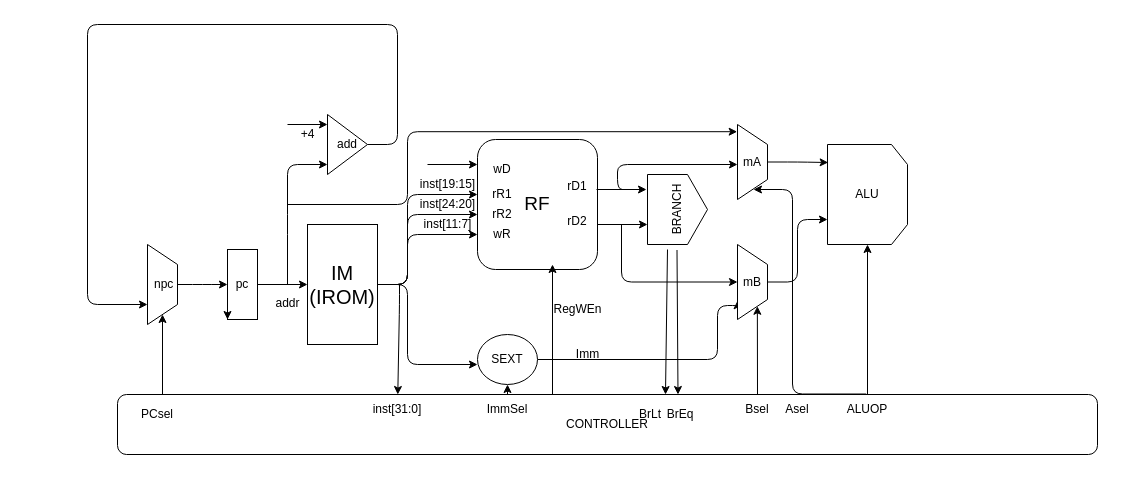
Above: cu/cpu1/ID.drawio in Wu-Fisher/cs_riscv_exp (draw.io), before the change. Source tidied: cells renumbered, new cells numbered last; positions are measured from the earlier drawing's top-left corner, leaving out a move shared by most shapes. Both pictures are drawn from the tidied source at 100%, with x=0, y=0 at pixel (87, 24).
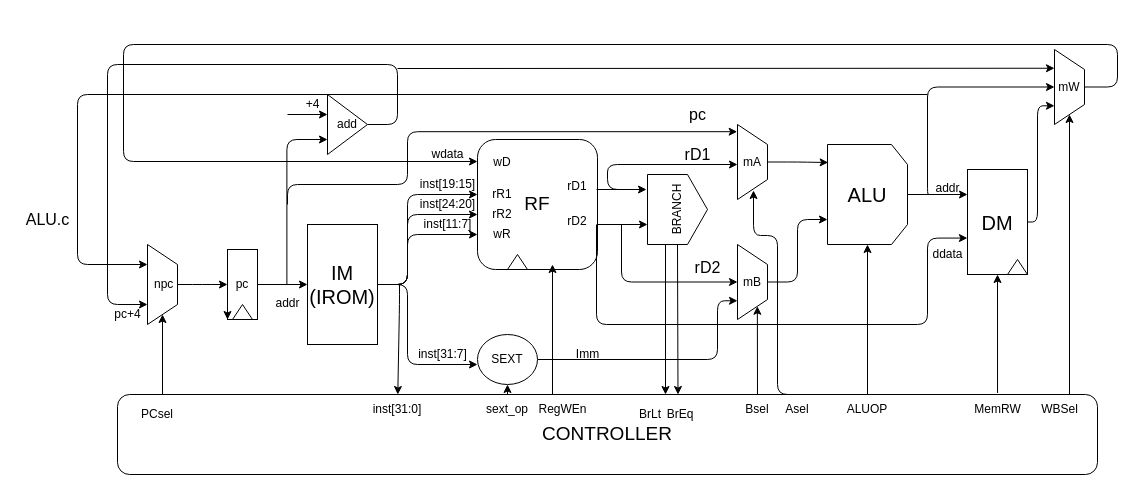
After the change.

Unchanged cells that the change refers to:
```xml
<mxCell id="9" value="&lt;span style=&quot;font-size: 12px&quot;&gt;addr&lt;/span&gt;" style="text;html=1;align=center;verticalAlign=middle;points=[];strokeColor=none;fillColor=none;fontSize=20;" parent="1" vertex="1">
  <mxGeometry x="180" y="260" width="40" height="30" as="geometry" />
</mxCell>
<mxCell id="22" value="SEXT" style="ellipse;whiteSpace=wrap;html=1;fontSize=12;" parent="1" vertex="1">
  <mxGeometry x="390" y="310" width="60" height="50" as="geometry" />
</mxCell>
<mxCell id="37" value="BRANCH" style="shape=offPageConnector;whiteSpace=wrap;html=1;fontSize=12;rotation=-90;size=0.3333333333333333;" parent="1" vertex="1">
  <mxGeometry x="555" y="155" width="70" height="60" as="geometry" />
</mxCell>
<mxCell id="48" value="mB" style="shape=trapezoid;perimeter=trapezoidPerimeter;whiteSpace=wrap;html=1;fixedSize=1;fontSize=12;direction=south;" parent="1" vertex="1">
  <mxGeometry x="650" y="220" width="30" height="75" as="geometry" />
</mxCell>
<mxCell id="50" value="&amp;nbsp;npc" style="shape=trapezoid;perimeter=trapezoidPerimeter;whiteSpace=wrap;html=1;fixedSize=1;fontSize=12;direction=south;" parent="1" vertex="1">
  <mxGeometry x="60" y="220" width="30" height="80" as="geometry" />
</mxCell>
<mxCell id="52" value="mA" style="shape=trapezoid;perimeter=trapezoidPerimeter;whiteSpace=wrap;html=1;fixedSize=1;fontSize=12;direction=south;" parent="1" vertex="1">
  <mxGeometry x="650" y="100" width="30" height="75" as="geometry" />
</mxCell>
<mxCell id="57" value="Asel" style="text;html=1;strokeColor=none;fillColor=none;align=center;verticalAlign=middle;whiteSpace=wrap;rounded=0;fontSize=12;" parent="1" vertex="1">
  <mxGeometry x="680" y="370" width="60" height="30" as="geometry" />
</mxCell>
```

What changed in the source:
```diff
@@
-    <mxCell id="10" value="CONTROLLER" style="rounded=1;whiteSpace=wrap;html=1;fontSize=12;" parent="1" vertex="1">
-      <mxGeometry x="30" y="370" width="980" height="60" as="geometry" />
+    <mxCell id="10" value="&lt;font style=&quot;font-size: 19px&quot;&gt;CONTROLLER&lt;/font&gt;" style="rounded=1;whiteSpace=wrap;html=1;fontSize=12;" parent="1" vertex="1">
+      <mxGeometry x="30" y="370" width="980" height="80" as="geometry" />
     </mxCell>
@@
-    <mxCell id="13" style="endArrow=classic;html=1;fontSize=12;edgeStyle=orthogonalEdgeStyle;" parent="1" edge="1">
-      <mxGeometry relative="1" as="geometry">
-        <mxPoint x="200" y="260" as="sourcePoint" />
-        <mxPoint x="240" y="140" as="targetPoint" />
-        <Array as="points">
-          <mxPoint x="200" y="200" />
-          <mxPoint x="200" y="200" />
-        </Array>
-      </mxGeometry>
+    <mxCell id="13" style="endArrow=classic;html=1;fontSize=12;edgeStyle=orthogonalEdgeStyle;exitX=0.485;exitY=0;exitDx=0;exitDy=0;exitPerimeter=0;entryX=0;entryY=0.75;entryDx=0;entryDy=0;" parent="1" edge="1" source="9" target="15">
+      <mxGeometry relative="1" as="geometry" />
     </mxCell>
-    <mxCell id="14" style="edgeStyle=orthogonalEdgeStyle;html=1;fontSize=12;entryX=0.75;entryY=1;entryDx=0;entryDy=0;" parent="1" edge="1" source="15" target="50">
+    <mxCell id="14" style="edgeStyle=orthogonalEdgeStyle;html=1;fontSize=12;entryX=0.75;entryY=1;entryDx=0;entryDy=0;exitX=1;exitY=0.5;exitDx=0;exitDy=0;" parent="1" edge="1" source="15" target="50">
       <mxGeometry relative="1" as="geometry">
         <Array as="points">
-          <mxPoint x="310" y="120" />
-          <mxPoint x="310" />
-          <mxPoint />
-          <mxPoint y="280" />
+          <mxPoint x="310" y="100" />
+          <mxPoint x="310" y="40" />
+          <mxPoint x="20" y="40" />
+          <mxPoint x="20" y="280" />
         </Array>
       </mxGeometry>
     </mxCell>
     <mxCell id="15" value="add" style="triangle;whiteSpace=wrap;html=1;fontSize=12;" parent="1" vertex="1">
-      <mxGeometry x="240" y="90" width="40" height="60" as="geometry" />
+      <mxGeometry x="240" y="70" width="40" height="60" as="geometry" />
     </mxCell>
     <mxCell id="16" style="endArrow=classic;html=1;fontSize=12;" parent="1" edge="1">
       <mxGeometry relative="1" as="geometry">
-        <mxPoint x="200" y="100" as="sourcePoint" />
-        <mxPoint x="240" y="100" as="targetPoint" />
+        <mxPoint x="200" y="90" as="sourcePoint" />
+        <mxPoint x="240" y="90" as="targetPoint" />
       </mxGeometry>
     </mxCell>
     <mxCell id="17" value="+4" style="text;html=1;align=center;verticalAlign=middle;strokeColor=none;fillColor=none;fontSize=12;" parent="1" vertex="1">
-      <mxGeometry x="205" y="100" width="30" height="20" as="geometry" />
+      <mxGeometry x="210" y="70" width="30" height="20" as="geometry" />
     </mxCell>
@@
     <mxCell id="21" style="edgeStyle=orthogonalEdgeStyle;html=1;fontSize=12;entryX=0.75;entryY=1;entryDx=0;entryDy=0;" parent="1" edge="1" source="22" target="48">
       <mxGeometry relative="1" as="geometry">
         <Array as="points">
           <mxPoint x="630" y="335" />
-          <mxPoint x="630" y="281" />
+          <mxPoint x="630" y="276" />
         </Array>
       </mxGeometry>
     </mxCell>
@@
-    <mxCell id="24" value="ImmSel" style="text;html=1;strokeColor=none;fillColor=none;align=center;verticalAlign=middle;whiteSpace=wrap;rounded=0;fontSize=12;" parent="1" vertex="1">
+    <mxCell id="24" value="sext_op" style="text;html=1;strokeColor=none;fillColor=none;align=center;verticalAlign=middle;whiteSpace=wrap;rounded=0;fontSize=12;" parent="1" vertex="1">
       <mxGeometry x="390" y="370" width="60" height="30" as="geometry" />
     </mxCell>
@@
     <mxCell id="33" value="wD" style="text;html=1;strokeColor=none;fillColor=none;align=center;verticalAlign=middle;whiteSpace=wrap;rounded=0;fontSize=12;" parent="1" vertex="1">
-      <mxGeometry x="385" y="130" width="60" height="30" as="geometry" />
+      <mxGeometry x="385" y="122.5" width="60" height="30" as="geometry" />
     </mxCell>
-    <mxCell id="34" style="endArrow=classic;html=1;fontSize=12;" parent="1" edge="1">
-      <mxGeometry relative="1" as="geometry">
-        <mxPoint x="340" y="140" as="sourcePoint" />
-        <mxPoint x="390" y="140" as="targetPoint" />
-      </mxGeometry>
-    </mxCell>
@@
+    <mxCell id="62" style="edgeStyle=none;html=1;" parent="1" edge="1" source="38">
+      <mxGeometry relative="1" as="geometry">
+        <mxPoint x="880" y="170" as="targetPoint" />
+      </mxGeometry>
+    </mxCell>
-    <mxCell id="38" value="ALU" style="shape=loopLimit;whiteSpace=wrap;html=1;fontSize=12;direction=south;" parent="1" vertex="1">
+    <mxCell id="38" value="&lt;font style=&quot;font-size: 20px&quot;&gt;ALU&lt;/font&gt;" style="shape=loopLimit;whiteSpace=wrap;html=1;fontSize=12;direction=south;" parent="1" vertex="1">
       <mxGeometry x="740" y="120" width="80" height="100" as="geometry" />
     </mxCell>
@@
     <mxCell id="42" value="RegWEn" style="text;html=1;align=center;verticalAlign=middle;strokeColor=none;fillColor=none;fontSize=12;" parent="1" vertex="1">
-      <mxGeometry x="460" y="275" width="60" height="20" as="geometry" />
+      <mxGeometry x="445" y="375" width="60" height="20" as="geometry" />
     </mxCell>
     <mxCell id="43" style="endArrow=classic;html=1;fontSize=12;entryX=0.5;entryY=0;entryDx=0;entryDy=0;" parent="1" edge="1">
       <mxGeometry relative="1" as="geometry">
-        <mxPoint x="580" y="225" as="sourcePoint" />
+        <mxPoint x="578" y="220" as="sourcePoint" />
         <mxPoint x="578" y="370" as="targetPoint" />
       </mxGeometry>
     </mxCell>
-    <mxCell id="44" style="endArrow=classic;html=1;fontSize=12;entryX=0.596;entryY=-0.008;entryDx=0;entryDy=0;entryPerimeter=0;" parent="1" edge="1">
+    <mxCell id="44" style="endArrow=classic;html=1;fontSize=12;entryX=0.596;entryY=-0.008;entryDx=0;entryDy=0;entryPerimeter=0;exitX=0;exitY=0.5;exitDx=0;exitDy=0;" parent="1" edge="1" source="37">
       <mxGeometry relative="1" as="geometry">
-        <mxPoint x="589.5" y="225.5" as="sourcePoint" />
         <mxPoint x="590.5" y="370" as="targetPoint" />
       </mxGeometry>
     </mxCell>
@@
-    <mxCell id="56" style="endArrow=classic;html=1;fontSize=12;edgeStyle=orthogonalEdgeStyle;exitX=0.764;exitY=-0.008;exitDx=0;exitDy=0;exitPerimeter=0;" parent="1" edge="1" source="10">
+    <mxCell id="56" style="endArrow=classic;html=1;fontSize=12;edgeStyle=orthogonalEdgeStyle;exitX=0.5;exitY=0;exitDx=0;exitDy=0;" parent="1" edge="1" source="57">
       <mxGeometry relative="1" as="geometry">
-        <mxPoint x="666" y="165" as="targetPoint" />
+        <mxPoint x="666" y="166" as="targetPoint" />
         <Array as="points">
-          <mxPoint x="705" y="165" />
+          <mxPoint x="690" y="370" />
+          <mxPoint x="690" y="211" />
+          <mxPoint x="666" y="211" />
         </Array>
       </mxGeometry>
     </mxCell>
@@
     <mxCell id="58" style="endArrow=classic;html=1;fontSize=12;edgeStyle=orthogonalEdgeStyle;" parent="1" edge="1">
       <mxGeometry relative="1" as="geometry">
         <mxPoint x="540" y="165" as="sourcePoint" />
         <mxPoint x="650" y="140" as="targetPoint" />
         <Array as="points">
-          <mxPoint x="530" y="165" />
-          <mxPoint x="530" y="140" />
-          <mxPoint x="650" y="140" />
+          <mxPoint x="520" y="165" />
+          <mxPoint x="520" y="140" />
         </Array>
       </mxGeometry>
     </mxCell>
     <mxCell id="59" style="endArrow=classic;html=1;fontSize=12;edgeStyle=orthogonalEdgeStyle;entryX=0.096;entryY=1.011;entryDx=0;entryDy=0;entryPerimeter=0;" parent="1" edge="1" target="52">
       <mxGeometry relative="1" as="geometry">
         <mxPoint x="200" y="180" as="sourcePoint" />
         <Array as="points">
-          <mxPoint x="320" y="180" />
+          <mxPoint x="200" y="160" />
+          <mxPoint x="320" y="160" />
           <mxPoint x="320" y="107" />
         </Array>
       </mxGeometry>
     </mxCell>
@@
+    <mxCell id="63" style="edgeStyle=orthogonalEdgeStyle;html=1;fontSize=12;entryX=0.75;entryY=1;entryDx=0;entryDy=0;" parent="1" edge="1" source="64" target="75">
+      <mxGeometry relative="1" as="geometry">
+        <Array as="points">
+          <mxPoint x="950" y="197" />
+          <mxPoint x="950" y="81" />
+        </Array>
+      </mxGeometry>
+    </mxCell>
+    <mxCell id="64" value="&lt;font style=&quot;font-size: 20px&quot;&gt;DM&lt;/font&gt;" style="rounded=0;whiteSpace=wrap;html=1;" parent="1" vertex="1">
+      <mxGeometry x="880" y="145" width="60" height="105" as="geometry" />
+    </mxCell>
+    <mxCell id="65" style="triangle;whiteSpace=wrap;html=1;direction=north;" parent="1" vertex="1">
+      <mxGeometry x="145" y="280" width="20" height="15" as="geometry" />
+    </mxCell>
+    <mxCell id="66" style="triangle;whiteSpace=wrap;html=1;direction=north;" parent="1" vertex="1">
+      <mxGeometry x="420" y="230" width="20" height="15" as="geometry" />
+    </mxCell>
+    <mxCell id="67" style="triangle;whiteSpace=wrap;html=1;direction=north;" parent="1" vertex="1">
+      <mxGeometry x="920" y="235" width="20" height="15" as="geometry" />
+    </mxCell>
+    <mxCell id="68" value="&lt;font style=&quot;font-size: 12px&quot;&gt;addr&lt;/font&gt;" style="text;html=1;align=center;verticalAlign=middle;points=[];strokeColor=none;fillColor=none;fontSize=20;" parent="1" vertex="1">
+      <mxGeometry x="840" y="145" width="40" height="30" as="geometry" />
+    </mxCell>
+    <mxCell id="69" style="endArrow=classic;html=1;fontSize=12;edgeStyle=orthogonalEdgeStyle;entryX=-0.002;entryY=0.653;entryDx=0;entryDy=0;entryPerimeter=0;" parent="1" edge="1" target="64">
+      <mxGeometry relative="1" as="geometry">
+        <mxPoint x="509" y="200" as="sourcePoint" />
+        <Array as="points">
+          <mxPoint x="509" y="300" />
+          <mxPoint x="840" y="300" />
+          <mxPoint x="840" y="214" />
+        </Array>
+      </mxGeometry>
+    </mxCell>
+    <mxCell id="70" value="ddata" style="text;html=1;align=center;verticalAlign=middle;strokeColor=none;fillColor=none;fontSize=12;" parent="1" vertex="1">
+      <mxGeometry x="835" y="220" width="50" height="20" as="geometry" />
+    </mxCell>
+    <mxCell id="71" style="endArrow=classic;html=1;fontSize=12;exitX=0.898;exitY=-0.019;exitDx=0;exitDy=0;exitPerimeter=0;entryX=0.5;entryY=1;entryDx=0;entryDy=0;" parent="1" edge="1" source="10" target="64">
+      <mxGeometry relative="1" as="geometry" />
+    </mxCell>
+    <mxCell id="72" value="MemRW" style="text;html=1;align=center;verticalAlign=middle;strokeColor=none;fillColor=none;fontSize=12;" parent="1" vertex="1">
+      <mxGeometry x="880" y="375" width="60" height="20" as="geometry" />
+    </mxCell>
+    <mxCell id="73" value="WBSel" style="text;html=1;align=center;verticalAlign=middle;strokeColor=none;fillColor=none;fontSize=12;" parent="1" vertex="1">
+      <mxGeometry x="947" y="375" width="50" height="20" as="geometry" />
+    </mxCell>
+    <mxCell id="74" style="edgeStyle=orthogonalEdgeStyle;html=1;fontSize=12;" parent="1" edge="1" source="75">
+      <mxGeometry relative="1" as="geometry">
+        <mxPoint x="390" y="137" as="targetPoint" />
+        <Array as="points">
+          <mxPoint x="1030" y="63" />
+          <mxPoint x="1030" y="20" />
+          <mxPoint x="36" y="20" />
+          <mxPoint x="36" y="137" />
+        </Array>
+      </mxGeometry>
+    </mxCell>
+    <mxCell id="75" value="mW" style="shape=trapezoid;perimeter=trapezoidPerimeter;whiteSpace=wrap;html=1;fixedSize=1;fontSize=12;direction=south;" parent="1" vertex="1">
+      <mxGeometry x="967" y="25" width="30" height="75" as="geometry" />
+    </mxCell>
+    <mxCell id="76" style="endArrow=classic;html=1;fontSize=12;entryX=1;entryY=0.5;entryDx=0;entryDy=0;" parent="1" edge="1" target="75">
+      <mxGeometry relative="1" as="geometry">
+        <mxPoint x="982" y="370" as="sourcePoint" />
+      </mxGeometry>
+    </mxCell>
+    <mxCell id="77" style="endArrow=classic;html=1;fontSize=12;edgeStyle=orthogonalEdgeStyle;entryX=0.5;entryY=1;entryDx=0;entryDy=0;exitX=0.026;exitY=0.816;exitDx=0;exitDy=0;exitPerimeter=0;" parent="1" edge="1" source="68" target="75">
+      <mxGeometry relative="1" as="geometry">
+        <Array as="points">
+          <mxPoint x="840" y="63" />
+        </Array>
+      </mxGeometry>
+    </mxCell>
+    <mxCell id="78" style="endArrow=classic;html=1;fontSize=12;entryX=0.25;entryY=1;entryDx=0;entryDy=0;" parent="1" edge="1" target="75">
+      <mxGeometry relative="1" as="geometry">
+        <mxPoint x="310" y="44" as="sourcePoint" />
+      </mxGeometry>
+    </mxCell>
+    <mxCell id="79" value="pc" style="text;html=1;align=center;verticalAlign=middle;strokeColor=none;fillColor=none;fontSize=16;" parent="1" vertex="1">
+      <mxGeometry x="595" y="80" width="30" height="20" as="geometry" />
+    </mxCell>
+    <mxCell id="80" value="rD1" style="text;html=1;align=center;verticalAlign=middle;strokeColor=none;fillColor=none;fontSize=16;" parent="1" vertex="1">
+      <mxGeometry x="590" y="120" width="40" height="20" as="geometry" />
+    </mxCell>
+    <mxCell id="81" value="rD2" style="text;html=1;align=center;verticalAlign=middle;strokeColor=none;fillColor=none;fontSize=16;" parent="1" vertex="1">
+      <mxGeometry x="600" y="232.5" width="40" height="20" as="geometry" />
+    </mxCell>
+    <mxCell id="82" style="endArrow=classic;html=1;fontSize=16;edgeStyle=orthogonalEdgeStyle;entryX=0.25;entryY=1;entryDx=0;entryDy=0;" parent="1" edge="1" target="50">
+      <mxGeometry relative="1" as="geometry">
+        <mxPoint x="840" y="70" as="sourcePoint" />
+        <Array as="points">
+          <mxPoint x="-10" y="70" />
+          <mxPoint x="-10" y="240" />
+        </Array>
+      </mxGeometry>
+    </mxCell>
+    <mxCell id="83" value="ALU.c" style="text;html=1;align=center;verticalAlign=middle;strokeColor=none;fillColor=none;fontSize=16;" parent="1" vertex="1">
+      <mxGeometry x="-70" y="185" width="60" height="20" as="geometry" />
+    </mxCell>
+    <mxCell id="84" value="wdata" style="text;html=1;align=center;verticalAlign=middle;strokeColor=none;fillColor=none;fontSize=12;" parent="1" vertex="1">
+      <mxGeometry x="335" y="120" width="50" height="20" as="geometry" />
+    </mxCell>
+    <mxCell id="85" value="pc+4" style="text;html=1;align=center;verticalAlign=middle;strokeColor=none;fillColor=none;fontSize=12;" parent="1" vertex="1">
+      <mxGeometry x="20" y="280" width="40" height="20" as="geometry" />
+    </mxCell>
+    <mxCell id="86" value="inst[31:7]" style="text;html=1;align=center;verticalAlign=middle;strokeColor=none;fillColor=none;fontSize=12;" parent="1" vertex="1">
+      <mxGeometry x="325" y="320" width="60" height="20" as="geometry" />
+    </mxCell>
```
